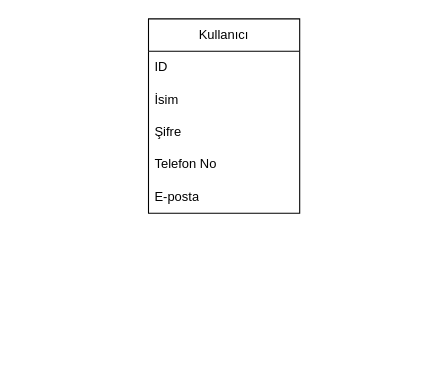
This is Diyagramlar/Kullanıcılar.drawio from erenaltayy/seyahat-dostu, a draw.io file, before an edit. Source tidied: cells renumbered, new cells numbered last; positions are measured from the earlier drawing's top-left corner, leaving out a move shared by most shapes. Both pictures are drawn from the tidied source at 108%, with x=0, y=0 at pixel (148, 18).
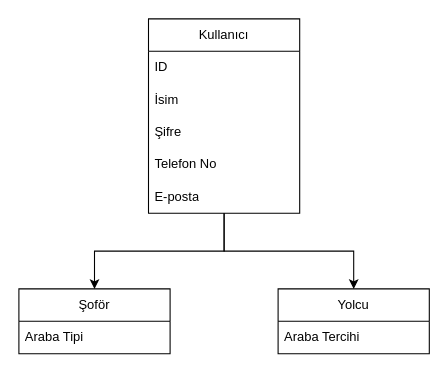
Above is the later version.

Commit message:
`Yolcu` ve `Şoför` sınıfını ekle

Diff of the diagram source:
```diff
@@
 <mxGraphModel>
   <root>
     <mxCell id="0" />
     <mxCell id="1" parent="0" />
+    <mxCell id="8" style="edgeStyle=orthogonalEdgeStyle;rounded=0;jettySize=auto;html=1;exitX=0.5;exitY=1;exitDx=0;exitDy=0;entryX=0.5;entryY=0;entryDx=0;entryDy=0;" parent="1" edge="1" source="2" target="10">
+      <mxGeometry relative="1" as="geometry" />
+    </mxCell>
+    <mxCell id="9" style="edgeStyle=orthogonalEdgeStyle;rounded=0;jettySize=auto;html=1;exitX=0.5;exitY=1;exitDx=0;exitDy=0;entryX=0.5;entryY=0;entryDx=0;entryDy=0;" parent="1" edge="1" source="2" target="12">
+      <mxGeometry relative="1" as="geometry" />
+    </mxCell>
     <mxCell id="2" value="Kullanıcı" style="swimlane;fontStyle=0;horizontal=1;startSize=30;whiteSpace=wrap;html=1;" parent="1" vertex="1">
       <mxGeometry width="140" height="180" as="geometry" />
     </mxCell>
     <mxCell id="3" value="ID" style="text;strokeColor=none;fillColor=none;align=left;verticalAlign=middle;spacingLeft=4;spacingRight=4;overflow=hidden;whiteSpace=wrap;html=1;" parent="2" vertex="1">
       <mxGeometry y="30" width="140" height="30" as="geometry" />
     </mxCell>
     <mxCell id="4" value="İsim" style="text;strokeColor=none;fillColor=none;align=left;verticalAlign=middle;spacingLeft=4;spacingRight=4;overflow=hidden;whiteSpace=wrap;html=1;" parent="2" vertex="1">
       <mxGeometry y="60" width="140" height="30" as="geometry" />
     </mxCell>
     <mxCell id="5" value="Şifre" style="text;strokeColor=none;fillColor=none;align=left;verticalAlign=middle;spacingLeft=4;spacingRight=4;overflow=hidden;whiteSpace=wrap;html=1;" parent="2" vertex="1">
       <mxGeometry y="90" width="140" height="30" as="geometry" />
     </mxCell>
     <mxCell id="6" value="Telefon No" style="text;strokeColor=none;fillColor=none;align=left;verticalAlign=middle;spacingLeft=4;spacingRight=4;overflow=hidden;whiteSpace=wrap;html=1;" parent="2" vertex="1">
       <mxGeometry y="120" width="140" height="30" as="geometry" />
     </mxCell>
     <mxCell id="7" value="E-posta" style="text;strokeColor=none;fillColor=none;align=left;verticalAlign=middle;spacingLeft=4;spacingRight=4;overflow=hidden;whiteSpace=wrap;html=1;" parent="2" vertex="1">
       <mxGeometry y="150" width="140" height="30" as="geometry" />
     </mxCell>
+    <mxCell id="10" value="Şoför" style="swimlane;fontStyle=0;horizontal=1;startSize=30;whiteSpace=wrap;html=1;" parent="1" vertex="1">
+      <mxGeometry x="-120" y="250" width="140" height="60" as="geometry" />
+    </mxCell>
+    <mxCell id="11" value="Araba Tipi" style="text;strokeColor=none;fillColor=none;align=left;verticalAlign=middle;spacingLeft=4;spacingRight=4;overflow=hidden;whiteSpace=wrap;html=1;" parent="10" vertex="1">
+      <mxGeometry y="30" width="140" height="30" as="geometry" />
+    </mxCell>
+    <mxCell id="12" value="Yolcu" style="swimlane;fontStyle=0;horizontal=1;startSize=30;whiteSpace=wrap;html=1;" parent="1" vertex="1">
+      <mxGeometry x="120" y="250" width="140" height="60" as="geometry" />
+    </mxCell>
+    <mxCell id="13" value="Araba Tercihi" style="text;strokeColor=none;fillColor=none;align=left;verticalAlign=middle;spacingLeft=4;spacingRight=4;overflow=hidden;whiteSpace=wrap;html=1;" parent="12" vertex="1">
+      <mxGeometry y="30" width="140" height="30" as="geometry" />
+    </mxCell>
   </root>
 </mxGraphModel>
```
